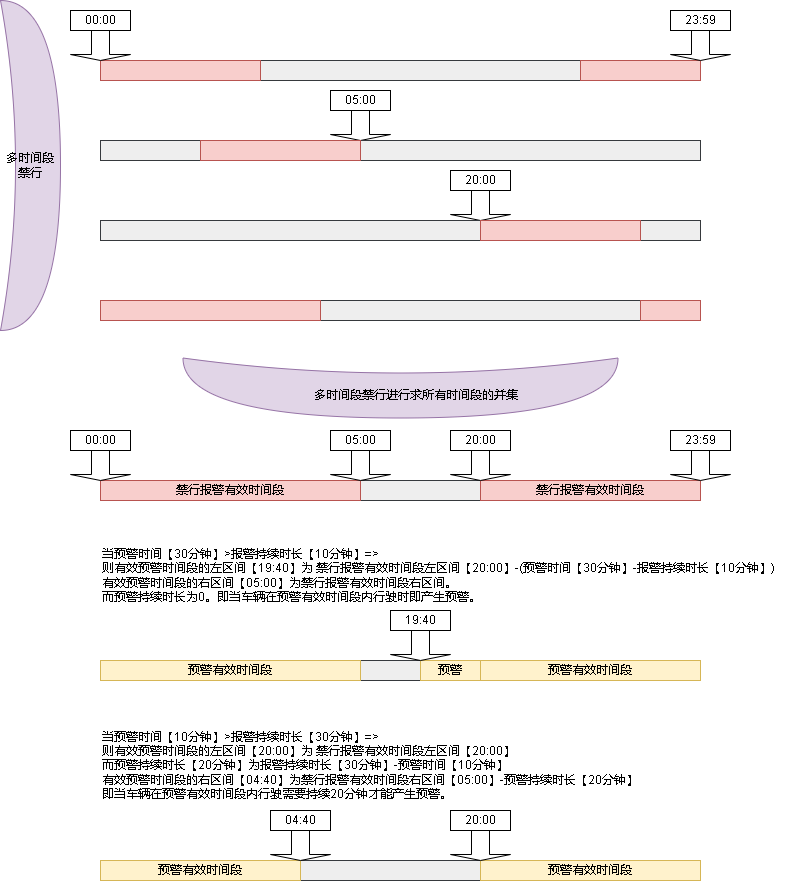
The draw.io diagram 禁行.drawio.png in xktder/draw, before a commit. Source tidied: cells renumbered, new cells last; positions are measured from the earlier drawing's top-left corner, leaving out a move shared by most shapes.
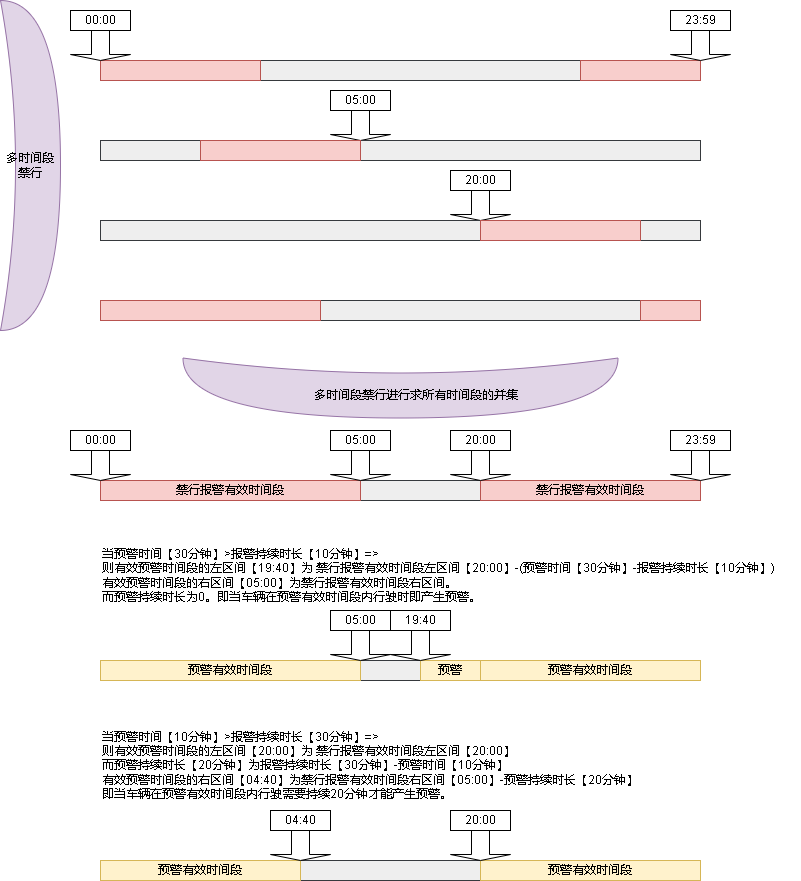
After the commit.

The edit, as a diff of the source:
```diff
@@ -143,5 +143,11 @@
     <mxCell id="48" value="&lt;span style=&quot;background-color: rgb(225, 213, 231);&quot;&gt;多时间段禁行进行求所有时间段的并集&lt;/span&gt;" style="text;html=1;align=center;verticalAlign=middle;strokeColor=none;fillColor=none;" parent="1" vertex="1">
       <mxGeometry x="300" y="380" width="230" height="30" as="geometry" />
     </mxCell>
+    <mxCell id="49" style="shape=singleArrow;direction=south;whiteSpace=wrap;html=1;" parent="1" vertex="1">
+      <mxGeometry x="330" y="630" width="60" height="30" as="geometry" />
+    </mxCell>
+    <mxCell id="50" value="05:00" style="rounded=0;whiteSpace=wrap;html=1;" parent="1" vertex="1">
+      <mxGeometry x="330" y="610" width="60" height="20" as="geometry" />
+    </mxCell>
   </root>
 </mxGraphModel>
```
